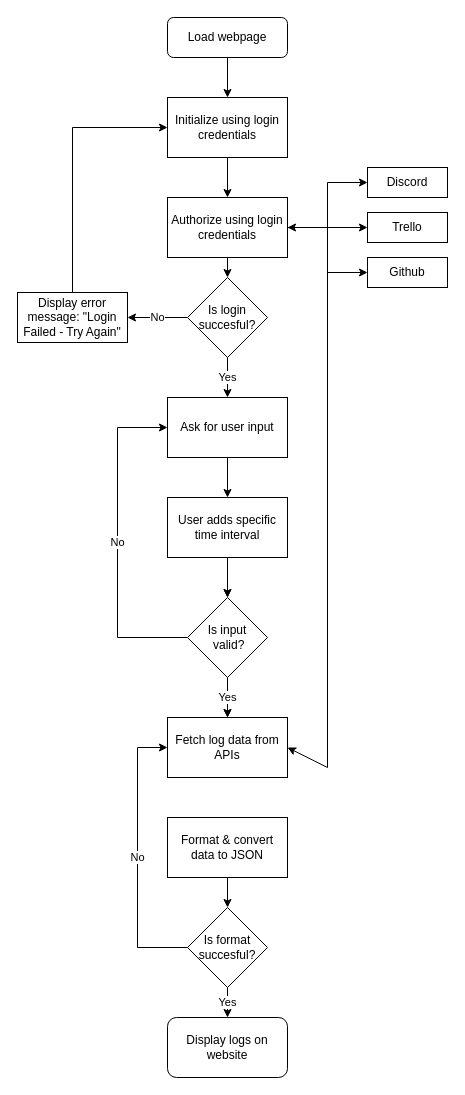
Earlier version of the draw.io diagram UML & Flowcharts/overall_flowchart.drawio (denBruneBarone/P2). Source tidied: cells renumbered, new cells numbered last; positions are measured from the earlier drawing's top-left corner, leaving out a move shared by most shapes. Both pictures are drawn from the tidied source at 100%, with x=0, y=0 at pixel (17, 17).
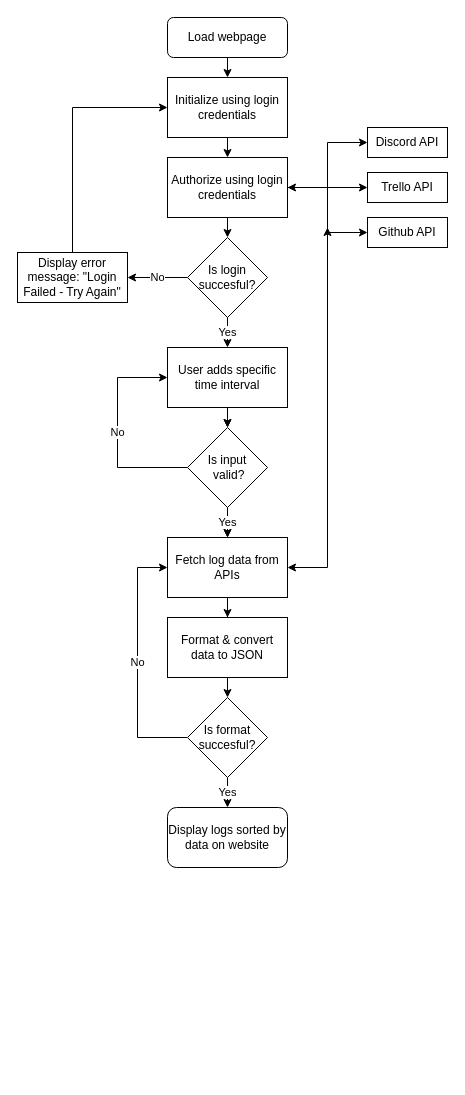
After the change.

Diff of the diagram source:
```diff
@@
     <mxCell id="4" value="Initialize using login credentials" style="rounded=0;whiteSpace=wrap;html=1;" parent="1" vertex="1">
-      <mxGeometry x="150" y="80" width="120" height="60" as="geometry" />
+      <mxGeometry x="150" y="60" width="120" height="60" as="geometry" />
     </mxCell>
     <mxCell id="5" style="edgeStyle=orthogonalEdgeStyle;rounded=0;jettySize=auto;html=1;exitX=1;exitY=0.5;exitDx=0;exitDy=0;entryX=0;entryY=0.5;entryDx=0;entryDy=0;" parent="1" edge="1" source="7" target="13">
-      <mxGeometry relative="1" as="geometry" />
+      <mxGeometry relative="1" as="geometry">
+        <Array as="points">
+          <mxPoint x="310" y="170" />
+          <mxPoint x="310" y="215" />
+        </Array>
+      </mxGeometry>
     </mxCell>
     <mxCell id="6" style="edgeStyle=orthogonalEdgeStyle;rounded=0;jettySize=auto;html=1;exitX=1;exitY=0.5;exitDx=0;exitDy=0;" parent="1" edge="1" source="7" target="8">
       <mxGeometry relative="1" as="geometry">
         <Array as="points">
-          <mxPoint x="310" y="210" />
-          <mxPoint x="310" y="165" />
+          <mxPoint x="310" y="170" />
+          <mxPoint x="310" y="125" />
         </Array>
       </mxGeometry>
     </mxCell>
     <mxCell id="7" value="Authorize using login credentials" style="rounded=0;whiteSpace=wrap;html=1;" parent="1" vertex="1">
-      <mxGeometry x="150" y="180" width="120" height="60" as="geometry" />
+      <mxGeometry x="150" y="140" width="120" height="60" as="geometry" />
     </mxCell>
-    <mxCell id="8" value="Discord" style="rounded=0;whiteSpace=wrap;html=1;" parent="1" vertex="1">
-      <mxGeometry x="350" y="150" width="80" height="30" as="geometry" />
+    <mxCell id="8" value="Discord API" style="rounded=0;whiteSpace=wrap;html=1;" parent="1" vertex="1">
+      <mxGeometry x="350" y="110" width="80" height="30" as="geometry" />
     </mxCell>
@@
     <mxCell id="10" value="Is login succesful?" style="rhombus;whiteSpace=wrap;html=1;" parent="1" vertex="1">
-      <mxGeometry x="170" y="260" width="80" height="80" as="geometry" />
+      <mxGeometry x="170" y="220" width="80" height="80" as="geometry" />
     </mxCell>
-    <mxCell id="11" value="Trello" style="rounded=0;whiteSpace=wrap;html=1;" parent="1" vertex="1">
-      <mxGeometry x="350" y="195" width="80" height="30" as="geometry" />
+    <mxCell id="11" value="Trello API" style="rounded=0;whiteSpace=wrap;html=1;" parent="1" vertex="1">
+      <mxGeometry x="350" y="155" width="80" height="30" as="geometry" />
     </mxCell>
@@
-    <mxCell id="13" value="Github" style="rounded=0;whiteSpace=wrap;html=1;" parent="1" vertex="1">
-      <mxGeometry x="350" y="240" width="80" height="30" as="geometry" />
+    <mxCell id="13" value="Github API" style="rounded=0;whiteSpace=wrap;html=1;" parent="1" vertex="1">
+      <mxGeometry x="350" y="200" width="80" height="30" as="geometry" />
     </mxCell>
-    <mxCell id="14" value="Ask for user input" style="rounded=0;whiteSpace=wrap;html=1;" parent="1" vertex="1">
-      <mxGeometry x="150" y="380" width="120" height="60" as="geometry" />
-    </mxCell>
-    <mxCell id="15" value="Yes" style="endArrow=classic;html=1;rounded=0;exitX=0.5;exitY=1;exitDx=0;exitDy=0;entryX=0.5;entryY=0;entryDx=0;entryDy=0;" parent="1" edge="1">
+    <mxCell id="15" value="Yes" style="endArrow=classic;html=1;rounded=0;exitX=0.5;exitY=1;exitDx=0;exitDy=0;" parent="1" edge="1">
       <mxGeometry relative="1" as="geometry">
-        <mxPoint x="210" y="340" as="sourcePoint" />
-        <mxPoint x="210" y="380" as="targetPoint" />
+        <mxPoint x="210" y="300" as="sourcePoint" />
+        <mxPoint x="210" y="330" as="targetPoint" />
       </mxGeometry>
     </mxCell>
@@
     <mxCell id="17" value="User adds specific time interval" style="rounded=0;whiteSpace=wrap;html=1;" parent="1" vertex="1">
-      <mxGeometry x="150" y="480" width="120" height="60" as="geometry" />
+      <mxGeometry x="150" y="330" width="120" height="60" as="geometry" />
     </mxCell>
@@
     <mxCell id="19" value="Display error message: &quot;Login Failed - Try Again&quot;" style="rounded=0;whiteSpace=wrap;html=1;" parent="1" vertex="1">
-      <mxGeometry y="275" width="110" height="50" as="geometry" />
+      <mxGeometry y="235" width="110" height="50" as="geometry" />
     </mxCell>
@@
-    <mxCell id="21" style="endArrow=classic;html=1;rounded=0;exitX=0.5;exitY=1;exitDx=0;exitDy=0;entryX=0.5;entryY=0;entryDx=0;entryDy=0;" parent="1" edge="1" source="14" target="17">
-      <mxGeometry relative="1" as="geometry" />
-    </mxCell>
-    <mxCell id="22" value="No" style="edgeStyle=orthogonalEdgeStyle;rounded=0;jettySize=auto;html=1;exitX=0;exitY=0.5;exitDx=0;exitDy=0;entryX=0;entryY=0.5;entryDx=0;entryDy=0;" parent="1" edge="1" source="24" target="14">
+    <mxCell id="22" value="No" style="edgeStyle=orthogonalEdgeStyle;rounded=0;jettySize=auto;html=1;exitX=0;exitY=0.5;exitDx=0;exitDy=0;entryX=0;entryY=0.5;entryDx=0;entryDy=0;" parent="1" edge="1" source="24">
       <mxGeometry relative="1" as="geometry">
+        <mxPoint x="150" y="360" as="targetPoint" />
         <Array as="points">
-          <mxPoint x="100" y="620" />
-          <mxPoint x="100" y="410" />
+          <mxPoint x="100" y="450" />
+          <mxPoint x="100" y="360" />
         </Array>
       </mxGeometry>
     </mxCell>
@@
     <mxCell id="24" value="Is input&lt;br&gt;&amp;nbsp;valid?" style="rhombus;whiteSpace=wrap;html=1;" parent="1" vertex="1">
-      <mxGeometry x="170" y="580" width="80" height="80" as="geometry" />
+      <mxGeometry x="170" y="410" width="80" height="80" as="geometry" />
     </mxCell>
+    <mxCell id="36" style="edgeStyle=orthogonalEdgeStyle;rounded=0;jettySize=auto;html=1;" parent="1" edge="1" source="25" target="30">
+      <mxGeometry relative="1" as="geometry" />
+    </mxCell>
     <mxCell id="25" value="Fetch log data from APIs" style="rounded=0;whiteSpace=wrap;html=1;" parent="1" vertex="1">
-      <mxGeometry x="150" y="700" width="120" height="60" as="geometry" />
+      <mxGeometry x="150" y="520" width="120" height="60" as="geometry" />
     </mxCell>
-    <mxCell id="26" style="endArrow=classic;html=1;rounded=0;entryX=1;entryY=0.5;entryDx=0;entryDy=0;" parent="1" edge="1" target="25">
+    <mxCell id="26" style="endArrow=classic;html=1;rounded=0;entryX=1;entryY=0.5;entryDx=0;entryDy=0;strokeColor=#000000;startArrow=classic;" parent="1" edge="1" target="25">
       <mxGeometry relative="1" as="geometry">
         <mxPoint x="310" y="210" as="sourcePoint" />
         <Array as="points">
-          <mxPoint x="310" y="750" />
+          <mxPoint x="310" y="550" />
         </Array>
       </mxGeometry>
     </mxCell>
@@
     <mxCell id="30" value="Format &amp;amp; convert data to JSON" style="rounded=0;whiteSpace=wrap;html=1;" parent="1" vertex="1">
-      <mxGeometry x="150" y="800" width="120" height="60" as="geometry" />
+      <mxGeometry x="150" y="600" width="120" height="60" as="geometry" />
     </mxCell>
-    <mxCell id="31" value="Display logs on website" style="rounded=1;whiteSpace=wrap;html=1;" parent="1" vertex="1">
-      <mxGeometry x="150" y="1000" width="120" height="60" as="geometry" />
+    <mxCell id="31" value="Display logs sorted by data on website" style="rounded=1;whiteSpace=wrap;html=1;" parent="1" vertex="1">
+      <mxGeometry x="150" y="790" width="120" height="60" as="geometry" />
     </mxCell>
     <mxCell id="32" value="Yes" style="edgeStyle=orthogonalEdgeStyle;rounded=0;jettySize=auto;html=1;exitX=0.5;exitY=1;exitDx=0;exitDy=0;" parent="1" edge="1" source="34">
       <mxGeometry relative="1" as="geometry">
-        <mxPoint x="210" y="1000" as="targetPoint" />
+        <mxPoint x="210" y="790" as="targetPoint" />
       </mxGeometry>
     </mxCell>
     <mxCell id="33" value="No" style="edgeStyle=orthogonalEdgeStyle;rounded=0;jettySize=auto;html=1;exitX=0;exitY=0.5;exitDx=0;exitDy=0;entryX=0;entryY=0.5;entryDx=0;entryDy=0;" parent="1" edge="1" source="34" target="25">
       <mxGeometry relative="1" as="geometry">
         <Array as="points">
-          <mxPoint x="120" y="930" />
-          <mxPoint x="120" y="730" />
+          <mxPoint x="120" y="720" />
+          <mxPoint x="120" y="550" />
         </Array>
       </mxGeometry>
     </mxCell>
     <mxCell id="34" value="Is format succesful?" style="rhombus;whiteSpace=wrap;html=1;" parent="1" vertex="1">
-      <mxGeometry x="170" y="890" width="80" height="80" as="geometry" />
+      <mxGeometry x="170" y="680" width="80" height="80" as="geometry" />
     </mxCell>
```
